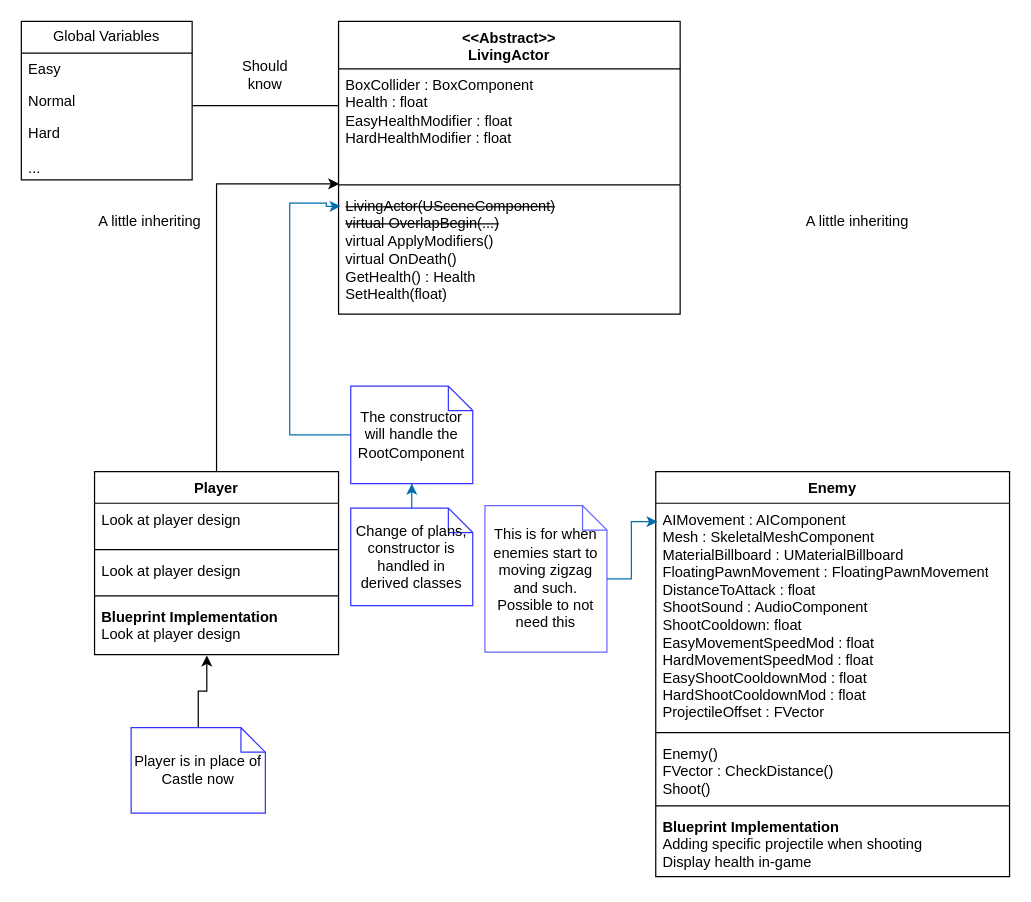
This is Design/LivingActorDesign.drawio from Edge321/DragonsDefense_v2, a draw.io file, before an edit. Source tidied: cells renumbered, new cells numbered last; positions are measured from the earlier drawing's top-left corner, leaving out a move shared by most shapes. Both pictures are drawn from the tidied source at 122%, with x=0, y=0 at pixel (21, 21).
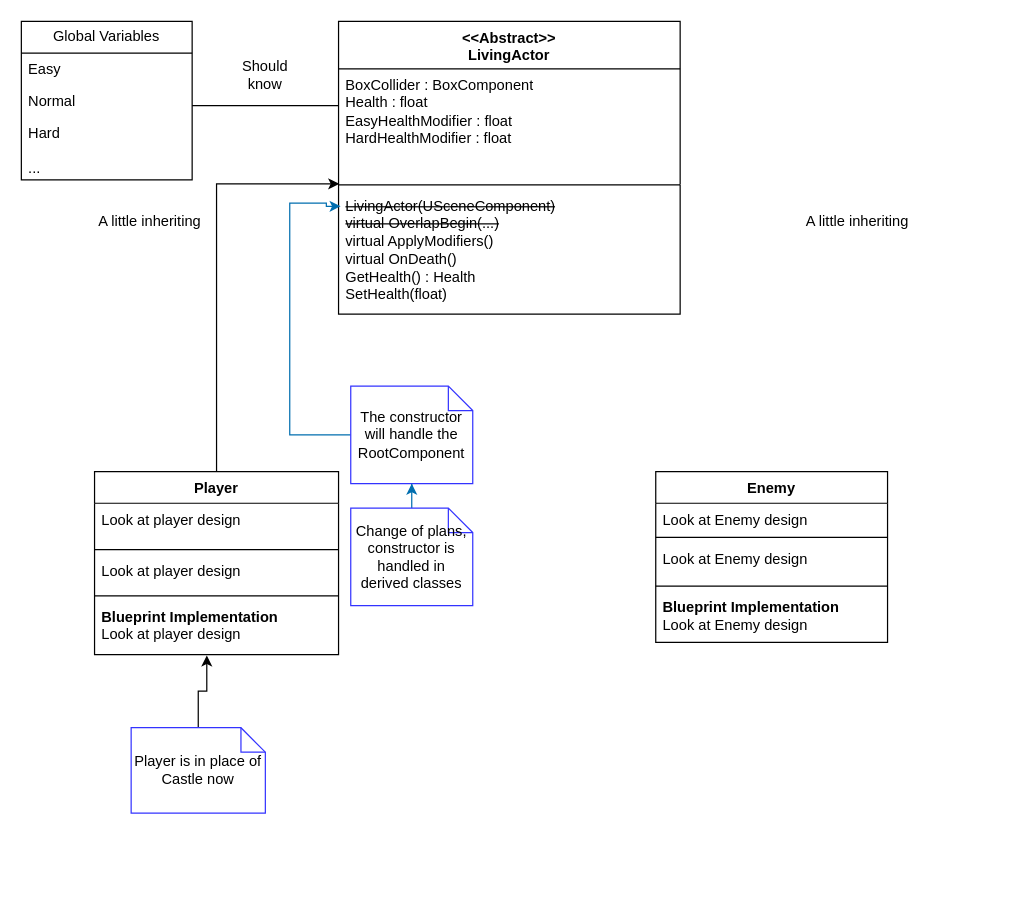
Above is the later version.

The edit, as a diff of the source:
```diff
@@
     <mxCell id="24" value="Enemy" style="swimlane;fontStyle=1;align=center;verticalAlign=top;horizontal=1;startSize=26;whiteSpace=wrap;html=1;" parent="1" vertex="1">
-      <mxGeometry x="520" y="369" width="290" height="332" as="geometry" />
+      <mxGeometry x="520" y="369" width="190" height="140" as="geometry" />
     </mxCell>
-    <mxCell id="25" value="AIMovement : AIComponent&lt;br&gt;Mesh : SkeletalMeshComponent&lt;br&gt;MaterialBillboard : UMaterialBillboard&lt;br&gt;FloatingPawnMovement : FloatingPawnMovement&lt;br&gt;DistanceToAttack : float&lt;br&gt;ShootSound : AudioComponent&lt;br&gt;ShootCooldown: float&lt;br&gt;EasyMovementSpeedMod : float&lt;br&gt;HardMovementSpeedMod : float&lt;br&gt;EasyShootCooldownMod : float&lt;br&gt;HardShootCooldownMod : float&lt;br&gt;ProjectileOffset : FVector&lt;br&gt;" style="text;strokeColor=none;fillColor=none;align=left;verticalAlign=top;spacingLeft=4;spacingRight=4;overflow=hidden;points=[[0,0.5],[1,0.5]];portConstraint=eastwest;whiteSpace=wrap;html=1;" parent="24" vertex="1">
-      <mxGeometry y="26" width="290" height="184" as="geometry" />
+    <mxCell id="25" value="Look at Enemy design" style="text;strokeColor=none;fillColor=none;align=left;verticalAlign=top;spacingLeft=4;spacingRight=4;overflow=hidden;points=[[0,0.5],[1,0.5]];portConstraint=eastwest;whiteSpace=wrap;html=1;" parent="24" vertex="1">
+      <mxGeometry y="26" width="190" height="24" as="geometry" />
     </mxCell>
     <mxCell id="26" style="line;strokeWidth=1;fillColor=none;align=left;verticalAlign=middle;spacingTop=-1;spacingLeft=3;spacingRight=3;labelPosition=right;strokeColor=inherit;" parent="24" vertex="1">
-      <mxGeometry y="210" width="290" height="8" as="geometry" />
+      <mxGeometry y="50" width="190" height="8" as="geometry" />
     </mxCell>
-    <mxCell id="27" value="Enemy()&lt;br&gt;FVector : CheckDistance()&lt;br&gt;Shoot()" style="text;strokeColor=none;fillColor=none;align=left;verticalAlign=top;spacingLeft=4;spacingRight=4;overflow=hidden;whiteSpace=wrap;html=1;" parent="24" vertex="1">
-      <mxGeometry y="218" width="290" height="52" as="geometry" />
+    <mxCell id="27" value="Look at Enemy design" style="text;strokeColor=none;fillColor=none;align=left;verticalAlign=top;spacingLeft=4;spacingRight=4;overflow=hidden;whiteSpace=wrap;html=1;" parent="24" vertex="1">
+      <mxGeometry y="58" width="190" height="32" as="geometry" />
     </mxCell>
     <mxCell id="28" style="line;strokeWidth=1;fillColor=none;align=left;verticalAlign=middle;spacingTop=-1;spacingLeft=3;spacingRight=3;labelPosition=right;strokeColor=inherit;" parent="24" vertex="1">
-      <mxGeometry y="270" width="290" height="8" as="geometry" />
+      <mxGeometry y="90" width="190" height="8" as="geometry" />
     </mxCell>
-    <mxCell id="29" value="&lt;b&gt;Blueprint Implementation&lt;/b&gt;&lt;br&gt;Adding specific projectile when shooting&lt;br&gt;Display health in-game" style="text;strokeColor=none;fillColor=none;align=left;verticalAlign=top;spacingLeft=4;spacingRight=4;overflow=hidden;whiteSpace=wrap;html=1;" parent="24" vertex="1">
-      <mxGeometry y="278" width="290" height="54" as="geometry" />
+    <mxCell id="29" value="&lt;b&gt;Blueprint Implementation&lt;/b&gt;&lt;br&gt;Look at Enemy design" style="text;strokeColor=none;fillColor=none;align=left;verticalAlign=top;spacingLeft=4;spacingRight=4;overflow=hidden;whiteSpace=wrap;html=1;" parent="24" vertex="1">
+      <mxGeometry y="98" width="190" height="42" as="geometry" />
     </mxCell>
-    <mxCell id="30" value="This is for when enemies start to moving zigzag and such.&lt;br&gt;Possible to not need this" style="shape=note;size=20;whiteSpace=wrap;html=1;fillColor=default;strokeColor=#6666FF;" parent="1" vertex="1">
-      <mxGeometry x="380" y="397" width="100" height="120" as="geometry" />
-    </mxCell>
-    <mxCell id="31" style="edgeStyle=orthogonalEdgeStyle;rounded=0;jettySize=auto;html=1;entryX=0.005;entryY=0.082;entryDx=0;entryDy=0;entryPerimeter=0;fillColor=#1ba1e2;strokeColor=#006EAF;" parent="1" edge="1" source="30" target="25">
-      <mxGeometry relative="1" as="geometry" />
-    </mxCell>
```
